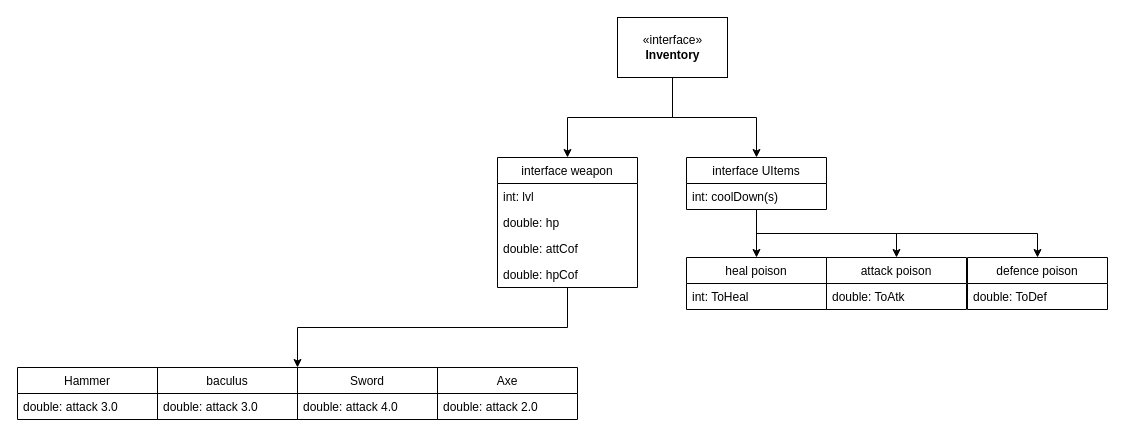
The draw.io diagram page "Inventory(weapon,UItems)" (2 of 3) of src/plan/projectDiagram.drawio in vfedychkanych/MyPlayProj, before the edit. Source tidied: cells renumbered, new cells numbered last; positions are measured from the earlier drawing's top-left corner, leaving out a move shared by most shapes. Both pictures are drawn from the tidied source at 100%, with x=0, y=0 at pixel (17, 17).
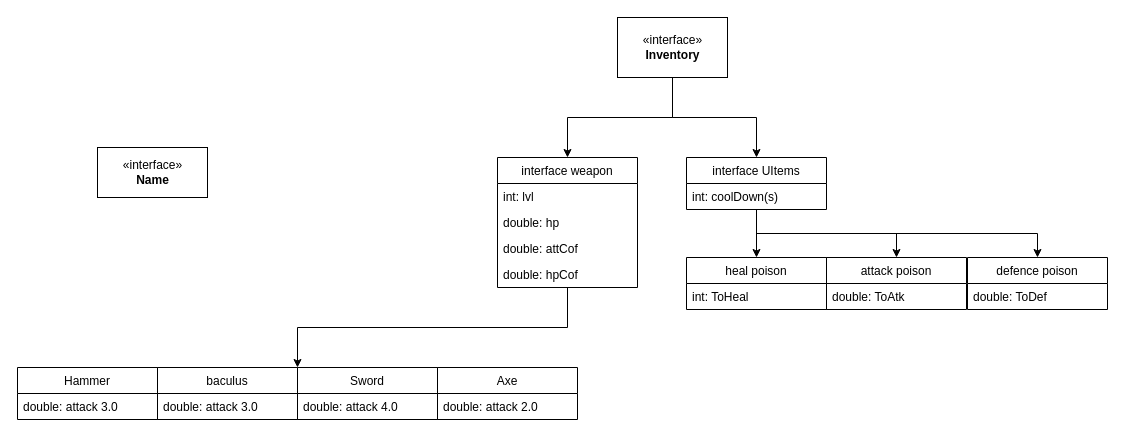
The same diagram, later.

Change to the diagram source:
```diff
@@
+    <mxCell id="30" value="&amp;laquo;interface&amp;raquo;&lt;br&gt;&lt;b&gt;Name&lt;/b&gt;" style="html=1;" parent="1" vertex="1">
+      <mxGeometry x="80" y="130" width="110" height="50" as="geometry" />
+    </mxCell>
```
